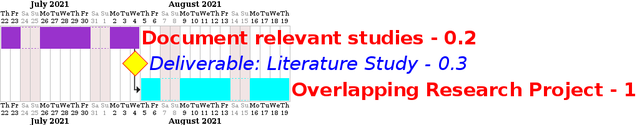
Above: src/export_data/Diagrams/Static_diagrams/gantt_milestone.png in TruCol/Roadmap (PlantUML), before the change.
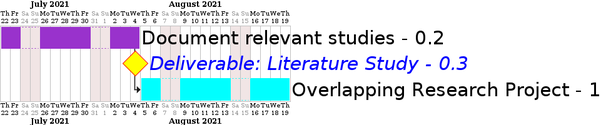
Above is the later version.

Diff of the diagram source:
```diff
@@ -5,14 +5,6 @@
 
 <style>
 ganttDiagram {
-    task {
-        FontName Helvetica
-        FontColor red
-        FontSize 18
-        FontStyle bold
-        BackGroundColor blue
-        LineColor yellow
-    }
     milestone {
         FontColor blue
         FontSize 40
```
